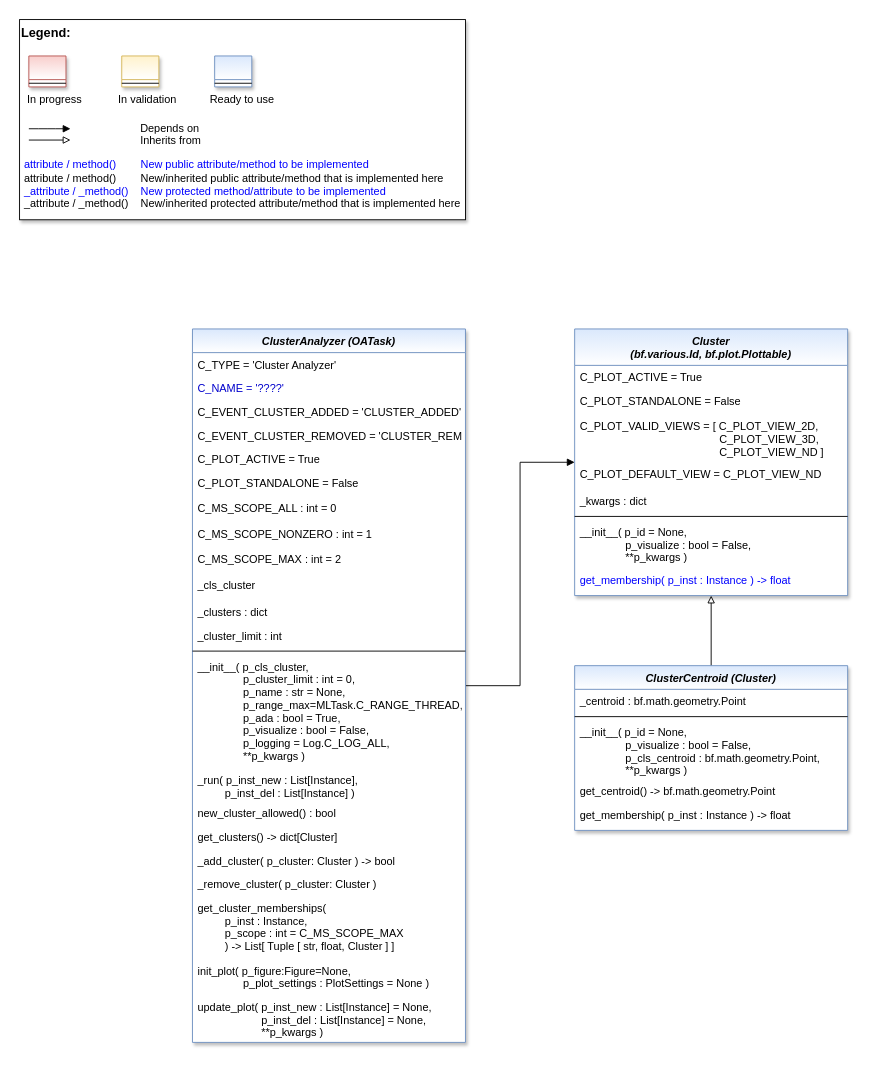
Before: doc/rtd/content/99_appendices/appendix2/sub/core/mlpro_oa/streams/tasks/images/MLPro-OA-Cluster_Analyzers_class_diagram.drawio in fhswf/MLPro, a draw.io diagram. Source tidied: cells renumbered, new cells numbered last; positions are measured from the earlier drawing's top-left corner, leaving out a move shared by most shapes. Both pictures are drawn from the tidied source at 91%, with x=0, y=0 at pixel (19, 19).
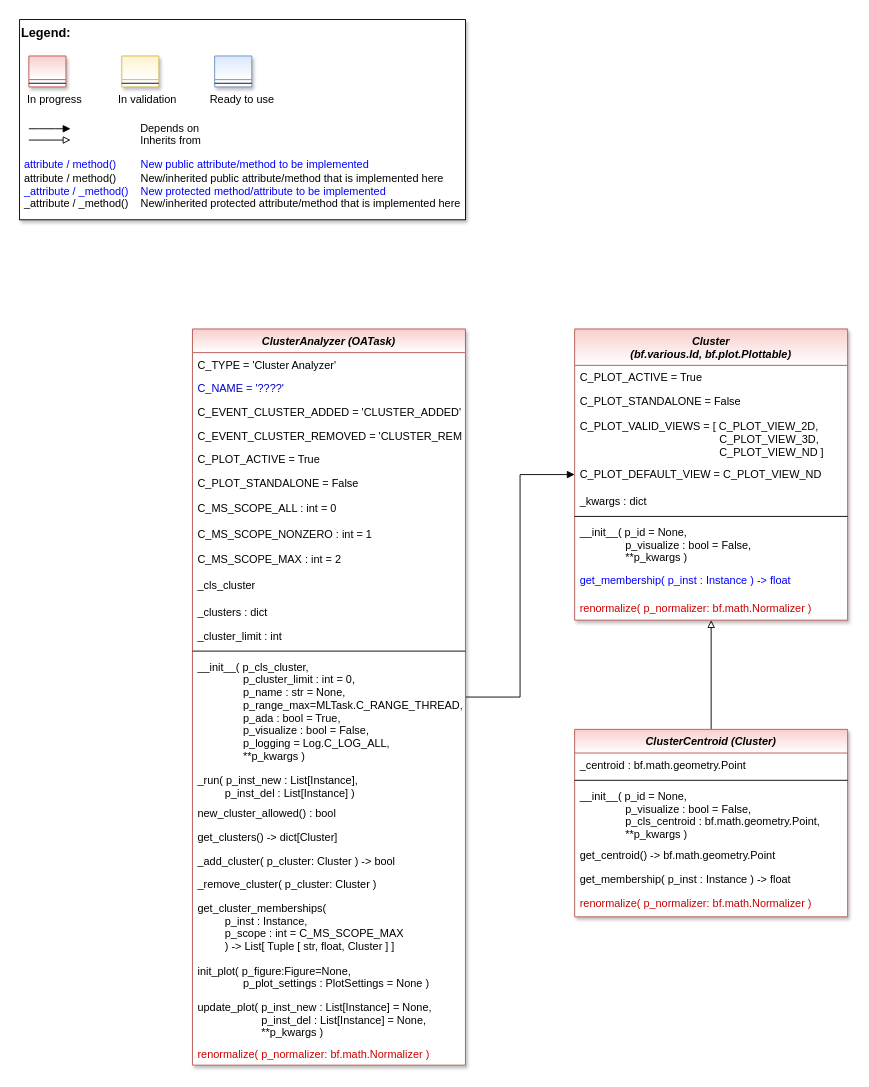
The same page after the edit.

Commit message (it also covers changes not shown here):
OA-Task: Templates for Cluster Analyzers #589

What changed in the source:
```diff
@@
-    <mxCell id="13" value="ClusterAnalyzer (OATask)" style="swimlane;fontStyle=3;align=center;verticalAlign=top;horizontal=1;startSize=26;rounded=0;shadow=1;strokeWidth=1;fillColor=#dae8fc;strokeColor=#6c8ebf;swimlaneFillColor=#ffffff;gradientColor=#FFFFFF;" parent="1" vertex="1">
-      <mxGeometry x="190" y="340" width="300" height="784" as="geometry" />
+    <mxCell id="13" value="ClusterAnalyzer (OATask)" style="swimlane;fontStyle=3;align=center;verticalAlign=top;horizontal=1;startSize=26;rounded=0;shadow=1;strokeWidth=1;fillColor=#f8cecc;strokeColor=#b85450;swimlaneFillColor=#ffffff;gradientColor=#FFFFFF;" parent="1" vertex="1">
+      <mxGeometry x="190" y="340" width="300" height="809" as="geometry" />
     </mxCell>
@@
+    <mxCell id="52" value="renormalize( p_normalizer: bf.math.Normalizer )" style="text;align=left;verticalAlign=top;spacingLeft=4;spacingRight=4;overflow=hidden;fontColor=#CC0000;" parent="13" vertex="1">
+      <mxGeometry y="784" width="300" height="25" as="geometry" />
+    </mxCell>
-    <mxCell id="36" value="Cluster &#10;(bf.various.Id, bf.plot.Plottable)" style="swimlane;fontStyle=3;align=center;verticalAlign=top;horizontal=1;startSize=40;rounded=0;shadow=1;strokeWidth=1;fillColor=#dae8fc;strokeColor=#6c8ebf;swimlaneFillColor=#ffffff;gradientColor=#FFFFFF;" parent="1" vertex="1">
-      <mxGeometry x="610" y="340" width="300" height="293" as="geometry" />
+    <mxCell id="36" value="Cluster &#10;(bf.various.Id, bf.plot.Plottable)" style="swimlane;fontStyle=3;align=center;verticalAlign=top;horizontal=1;startSize=40;rounded=0;shadow=1;strokeWidth=1;fillColor=#f8cecc;strokeColor=#b85450;swimlaneFillColor=#ffffff;gradientColor=#FFFFFF;" parent="1" vertex="1">
+      <mxGeometry x="610" y="340" width="300" height="320" as="geometry" />
     </mxCell>
@@
+    <mxCell id="53" value="renormalize( p_normalizer: bf.math.Normalizer )" style="text;align=left;verticalAlign=top;spacingLeft=4;spacingRight=4;overflow=hidden;fontColor=#CC0000;labelBackgroundColor=none;" parent="36" vertex="1">
+      <mxGeometry y="293" width="300" height="25" as="geometry" />
+    </mxCell>
@@
-    <mxCell id="46" value="ClusterCentroid (Cluster)" style="swimlane;fontStyle=3;align=center;verticalAlign=top;horizontal=1;startSize=26;rounded=0;shadow=1;strokeWidth=1;fillColor=#dae8fc;strokeColor=#6c8ebf;swimlaneFillColor=#ffffff;gradientColor=#FFFFFF;" parent="1" vertex="1">
-      <mxGeometry x="610" y="710" width="300" height="181" as="geometry" />
+    <mxCell id="46" value="ClusterCentroid (Cluster)" style="swimlane;fontStyle=3;align=center;verticalAlign=top;horizontal=1;startSize=26;rounded=0;shadow=1;strokeWidth=1;fillColor=#f8cecc;strokeColor=#b85450;swimlaneFillColor=#ffffff;gradientColor=#FFFFFF;" parent="1" vertex="1">
+      <mxGeometry x="610" y="780" width="300" height="206" as="geometry" />
     </mxCell>
@@
     <mxCell id="51" value="get_membership( p_inst : Instance ) -&gt; float" style="text;align=left;verticalAlign=top;spacingLeft=4;spacingRight=4;overflow=hidden;fontColor=default;" parent="46" vertex="1">
-      <mxGeometry y="151" width="300" height="30" as="geometry" />
+      <mxGeometry y="151" width="300" height="27" as="geometry" />
     </mxCell>
+    <mxCell id="54" value="renormalize( p_normalizer: bf.math.Normalizer )" style="text;align=left;verticalAlign=top;spacingLeft=4;spacingRight=4;overflow=hidden;fontColor=#CC0000;" parent="46" vertex="1">
+      <mxGeometry y="178" width="300" height="25" as="geometry" />
+    </mxCell>
```
